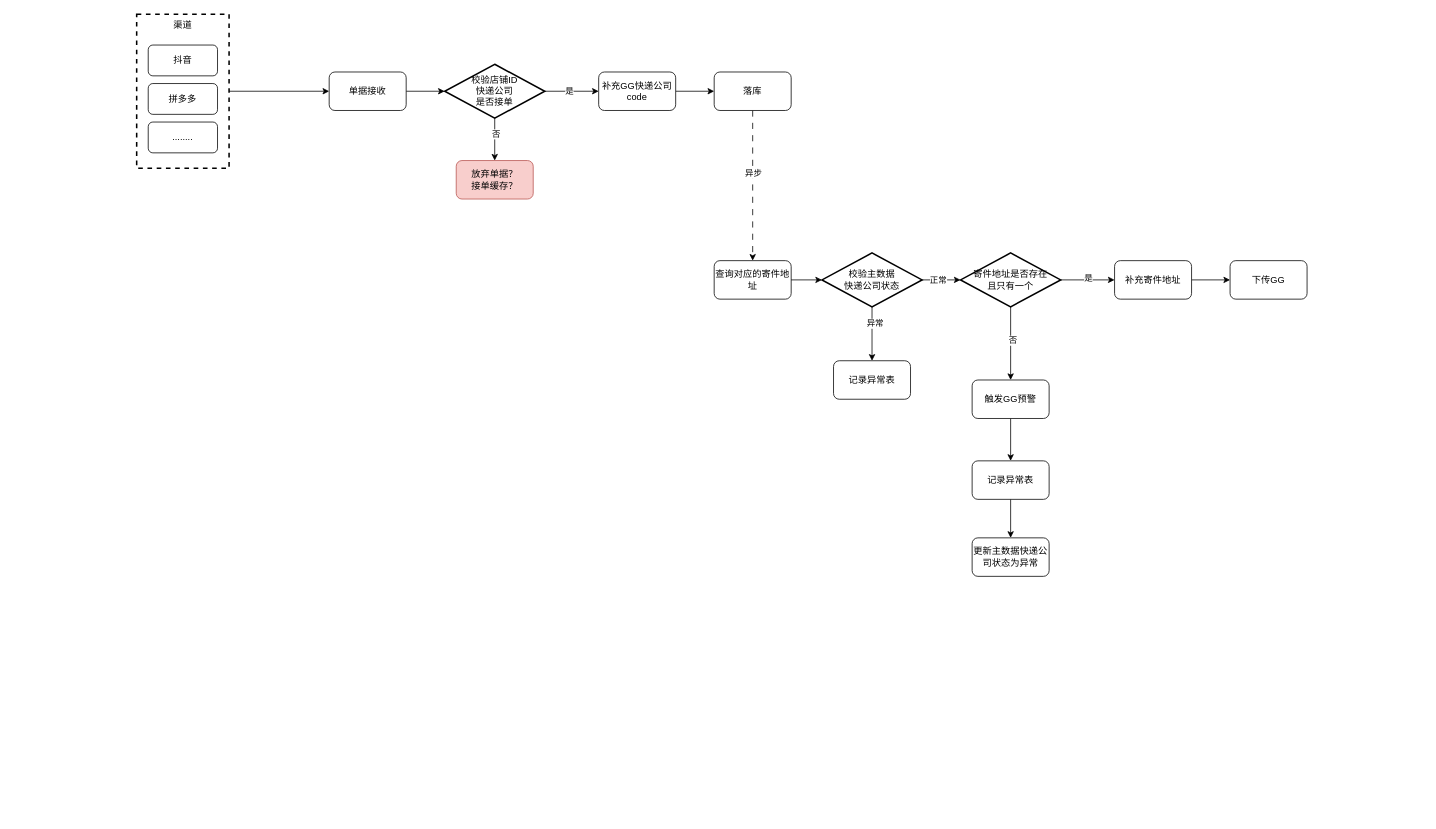
The draw.io diagram page "地址异常相关流程" (3 of 3) of ISV 对接.drawio in shixw/drawio-depository, before the edit. Source tidied: cells renumbered, new cells numbered last; positions are measured from the earlier drawing's top-left corner, leaving out a move shared by most shapes. Both pictures are drawn from the tidied source at 77%, with x=0, y=0 at pixel (136, 14).
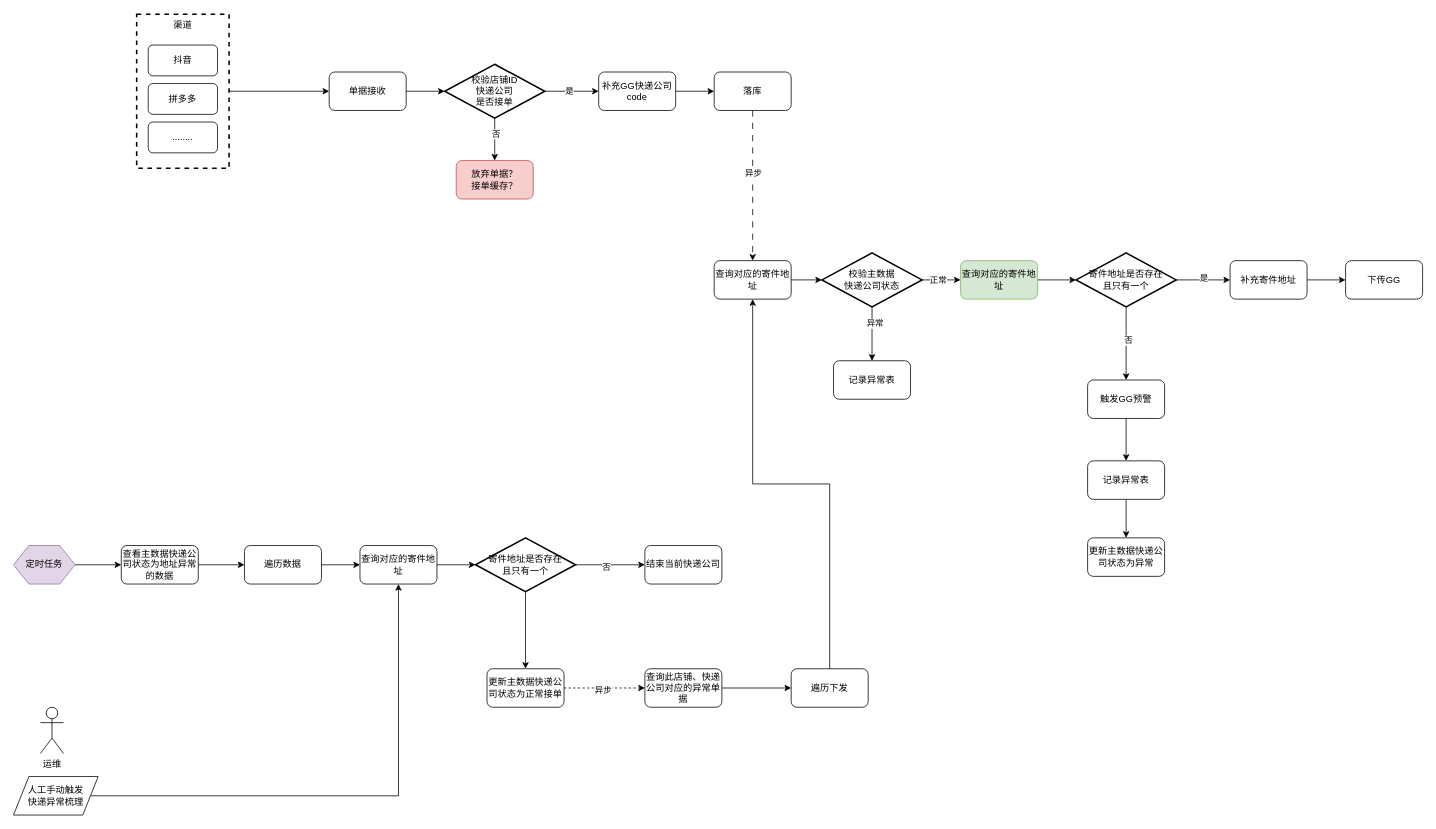
Above is the later version.

Unchanged cells that the change refers to:
```xml
<mxCell id="22" value="查询对应的寄件地址" style="rounded=1;whiteSpace=wrap;html=1;" parent="1" vertex="1">
  <mxGeometry x="750" y="320" width="100" height="50" as="geometry" />
</mxCell>
<mxCell id="36" value="校验主数据&lt;br&gt;快递公司状态" style="strokeWidth=2;html=1;shape=mxgraph.flowchart.decision;whiteSpace=wrap;" parent="1" vertex="1">
  <mxGeometry x="890" y="310" width="130" height="70" as="geometry" />
</mxCell>
```

Diff of the diagram source:
```diff
@@
-    <mxCell id="20" style="edgeStyle=orthogonalEdgeStyle;rounded=0;jettySize=auto;html=1;" parent="1" edge="1" source="36" target="27">
+    <mxCell id="20" style="edgeStyle=orthogonalEdgeStyle;rounded=0;jettySize=auto;html=1;" parent="1" edge="1" source="50" target="27">
       <mxGeometry relative="1" as="geometry" />
     </mxCell>
-    <mxCell id="21" value="正常" style="edgeLabel;html=1;align=center;verticalAlign=middle;" parent="20" vertex="1">
-      <mxGeometry x="-0.2" y="1" relative="1" as="geometry" />
-    </mxCell>
@@
     <mxCell id="27" value="寄件地址是否存在&lt;br&gt;且只有一个" style="strokeWidth=2;html=1;shape=mxgraph.flowchart.decision;whiteSpace=wrap;" parent="1" vertex="1">
-      <mxGeometry x="1070" y="310" width="130" height="70" as="geometry" />
+      <mxGeometry x="1220" y="310" width="130" height="70" as="geometry" />
     </mxCell>
@@
     <mxCell id="29" value="触发GG预警" style="rounded=1;whiteSpace=wrap;html=1;" parent="1" vertex="1">
-      <mxGeometry x="1085" y="475" width="100" height="50" as="geometry" />
+      <mxGeometry x="1235" y="475" width="100" height="50" as="geometry" />
     </mxCell>
@@
     <mxCell id="31" value="记录异常表" style="rounded=1;whiteSpace=wrap;html=1;" parent="1" vertex="1">
-      <mxGeometry x="1085" y="580" width="100" height="50" as="geometry" />
+      <mxGeometry x="1235" y="580" width="100" height="50" as="geometry" />
     </mxCell>
     <mxCell id="32" value="更新主数据快递公司状态为异常" style="rounded=1;whiteSpace=wrap;html=1;" parent="1" vertex="1">
-      <mxGeometry x="1085" y="680" width="100" height="50" as="geometry" />
+      <mxGeometry x="1235" y="680" width="100" height="50" as="geometry" />
     </mxCell>
@@
     <mxCell id="39" value="补充寄件地址" style="rounded=1;whiteSpace=wrap;html=1;" parent="1" vertex="1">
-      <mxGeometry x="1270" y="320" width="100" height="50" as="geometry" />
+      <mxGeometry x="1420" y="320" width="100" height="50" as="geometry" />
     </mxCell>
     <mxCell id="40" value="下传GG" style="rounded=1;whiteSpace=wrap;html=1;" parent="1" vertex="1">
-      <mxGeometry x="1420" y="320" width="100" height="50" as="geometry" />
+      <mxGeometry x="1570" y="320" width="100" height="50" as="geometry" />
     </mxCell>
+    <mxCell id="41" style="edgeStyle=orthogonalEdgeStyle;rounded=0;jettySize=auto;html=1;" parent="1" edge="1" source="42" target="44">
+      <mxGeometry relative="1" as="geometry" />
+    </mxCell>
+    <mxCell id="42" value="定时任务" style="shape=hexagon;perimeter=hexagonPerimeter2;whiteSpace=wrap;html=1;fixedSize=1;fillColor=#e1d5e7;strokeColor=#9673a6;" parent="1" vertex="1">
+      <mxGeometry x="-160" y="690" width="80" height="50" as="geometry" />
+    </mxCell>
+    <mxCell id="43" style="edgeStyle=orthogonalEdgeStyle;rounded=0;jettySize=auto;html=1;" parent="1" edge="1" source="44" target="46">
+      <mxGeometry relative="1" as="geometry" />
+    </mxCell>
+    <mxCell id="44" value="查看主数据快递公司状态为地址异常的数据" style="rounded=1;whiteSpace=wrap;html=1;" parent="1" vertex="1">
+      <mxGeometry x="-20" y="690" width="100" height="50" as="geometry" />
+    </mxCell>
+    <mxCell id="45" style="edgeStyle=orthogonalEdgeStyle;rounded=0;jettySize=auto;html=1;" parent="1" edge="1" source="46" target="48">
+      <mxGeometry relative="1" as="geometry" />
+    </mxCell>
+    <mxCell id="46" value="遍历数据" style="rounded=1;whiteSpace=wrap;html=1;" parent="1" vertex="1">
+      <mxGeometry x="140" y="690" width="100" height="50" as="geometry" />
+    </mxCell>
+    <mxCell id="47" style="edgeStyle=orthogonalEdgeStyle;rounded=0;jettySize=auto;html=1;" parent="1" edge="1" source="48" target="54">
+      <mxGeometry relative="1" as="geometry" />
+    </mxCell>
+    <mxCell id="48" value="查询对应的寄件地址" style="rounded=1;whiteSpace=wrap;html=1;" parent="1" vertex="1">
+      <mxGeometry x="290" y="690" width="100" height="50" as="geometry" />
+    </mxCell>
+    <mxCell id="49" style="edgeStyle=orthogonalEdgeStyle;rounded=0;jettySize=auto;html=1;" parent="1" edge="1" source="36" target="50">
+      <mxGeometry relative="1" as="geometry" />
+    </mxCell>
+    <mxCell id="21" value="正常" style="edgeLabel;html=1;align=center;verticalAlign=middle;" parent="49" vertex="1">
+      <mxGeometry x="-0.2" y="1" relative="1" as="geometry" />
+    </mxCell>
+    <mxCell id="50" value="查询对应的寄件地址" style="rounded=1;whiteSpace=wrap;html=1;fillColor=#d5e8d4;strokeColor=#82b366;" parent="1" vertex="1">
+      <mxGeometry x="1070" y="320" width="100" height="50" as="geometry" />
+    </mxCell>
+    <mxCell id="51" style="edgeStyle=orthogonalEdgeStyle;rounded=0;jettySize=auto;html=1;" parent="1" edge="1" source="54" target="58">
+      <mxGeometry relative="1" as="geometry" />
+    </mxCell>
+    <mxCell id="52" value="否" style="edgeLabel;html=1;align=center;verticalAlign=middle;" parent="51" vertex="1">
+      <mxGeometry x="-0.14" y="-2" relative="1" as="geometry" />
+    </mxCell>
+    <mxCell id="53" style="edgeStyle=orthogonalEdgeStyle;rounded=0;jettySize=auto;html=1;" parent="1" edge="1" source="54" target="57">
+      <mxGeometry relative="1" as="geometry" />
+    </mxCell>
+    <mxCell id="54" value="寄件地址是否存在&lt;br&gt;且只有一个" style="strokeWidth=2;html=1;shape=mxgraph.flowchart.decision;whiteSpace=wrap;" parent="1" vertex="1">
+      <mxGeometry x="440" y="680" width="130" height="70" as="geometry" />
+    </mxCell>
+    <mxCell id="55" style="edgeStyle=orthogonalEdgeStyle;rounded=0;jettySize=auto;html=1;dashed=1;" parent="1" edge="1" source="57" target="60">
+      <mxGeometry relative="1" as="geometry" />
+    </mxCell>
+    <mxCell id="56" value="异步" style="edgeLabel;html=1;align=center;verticalAlign=middle;" parent="55" vertex="1">
+      <mxGeometry x="-0.05" y="-2" relative="1" as="geometry" />
+    </mxCell>
+    <mxCell id="57" value="更新主数据快递公司状态为正常接单" style="rounded=1;whiteSpace=wrap;html=1;" parent="1" vertex="1">
+      <mxGeometry x="455" y="850" width="100" height="50" as="geometry" />
+    </mxCell>
+    <mxCell id="58" value="结束当前快递公司" style="rounded=1;whiteSpace=wrap;html=1;" parent="1" vertex="1">
+      <mxGeometry x="660" y="690" width="100" height="50" as="geometry" />
+    </mxCell>
+    <mxCell id="59" style="edgeStyle=orthogonalEdgeStyle;rounded=0;jettySize=auto;html=1;" parent="1" edge="1" source="60" target="62">
+      <mxGeometry relative="1" as="geometry" />
+    </mxCell>
+    <mxCell id="60" value="查询此店铺、快递公司对应的异常单据" style="rounded=1;whiteSpace=wrap;html=1;" parent="1" vertex="1">
+      <mxGeometry x="660" y="850" width="100" height="50" as="geometry" />
+    </mxCell>
+    <mxCell id="61" style="edgeStyle=orthogonalEdgeStyle;rounded=0;jettySize=auto;html=1;entryX=0.5;entryY=1;entryDx=0;entryDy=0;" parent="1" edge="1" source="62" target="22">
+      <mxGeometry relative="1" as="geometry" />
+    </mxCell>
+    <mxCell id="62" value="遍历下发" style="rounded=1;whiteSpace=wrap;html=1;" parent="1" vertex="1">
+      <mxGeometry x="850" y="850" width="100" height="50" as="geometry" />
+    </mxCell>
+    <mxCell id="63" style="edgeStyle=orthogonalEdgeStyle;rounded=0;jettySize=auto;html=1;entryX=0.5;entryY=1;entryDx=0;entryDy=0;" parent="1" edge="1" source="64" target="48">
+      <mxGeometry relative="1" as="geometry" />
+    </mxCell>
+    <mxCell id="64" value="人工手动触发&lt;br&gt;快递异常梳理" style="shape=parallelogram;perimeter=parallelogramPerimeter;whiteSpace=wrap;html=1;fixedSize=1;" parent="1" vertex="1">
+      <mxGeometry x="-160" y="990" width="110" height="50" as="geometry" />
+    </mxCell>
+    <mxCell id="65" value="运维" style="shape=umlActor;verticalLabelPosition=bottom;verticalAlign=top;html=1;" parent="1" vertex="1">
+      <mxGeometry x="-125" y="900" width="30" height="60" as="geometry" />
+    </mxCell>
```
